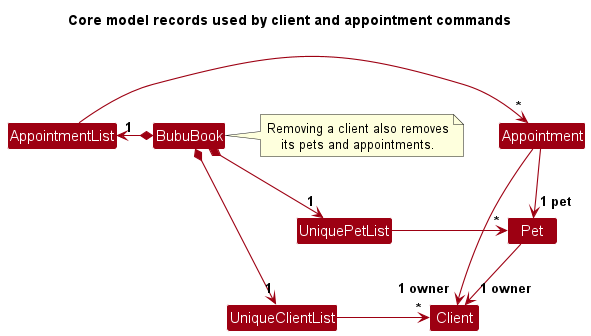
Before: docs/images/BetterModelClassDiagram.png, a diagram exported from PlantUML (0218hy/tp).
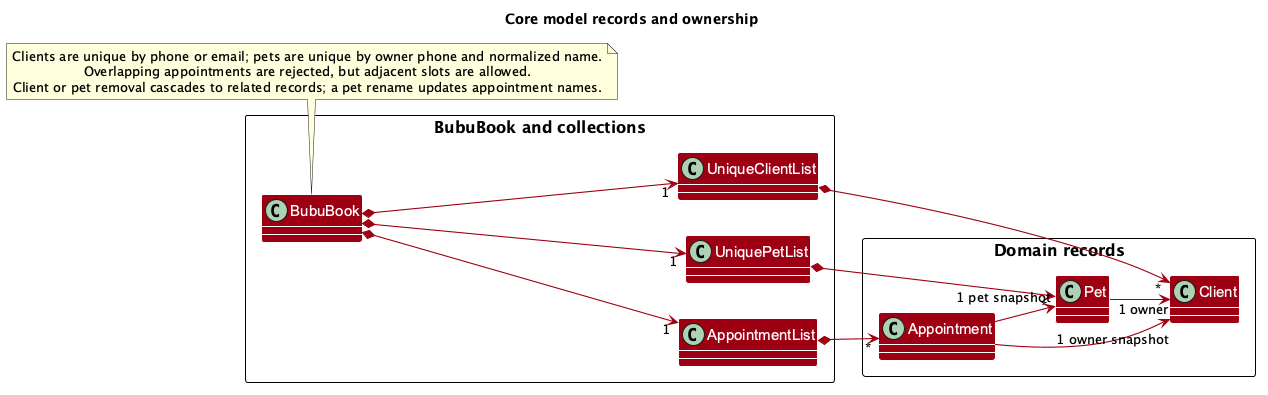
The same diagram one commit later.

Commit message:
Update UML diagrams and text description for model component in developer's guide

Diff of the diagram source:
```diff
@@ -1,25 +1,55 @@
 @startuml
-!include style.puml
+!define MODEL_COLOR #9D0012
 skinparam arrowThickness 1.1
 skinparam arrowColor MODEL_COLOR
 skinparam classBackgroundColor MODEL_COLOR
+skinparam class {
+    FontColor #FFFFFF
+    FontSize 15
+    BorderThickness 1
+    BorderColor #FFFFFF
+    StereotypeFontColor #FFFFFF
+    FontName Arial
+}
+skinparam package {
+    BackgroundColor #FFFFFF
+    BorderThickness 1
+    FontSize 16
+}
+skinparam DefaultTextAlignment center
+skinparam packageStyle Rectangle
+skinparam Shadowing false
+left to right direction
 
-title Core model records used by client and appointment commands
+title Core model records and ownership
 
-BubuBook *-right-> "1" UniqueClientList
-BubuBook *-down-> "1" UniquePetList
-BubuBook *-left-> "1" AppointmentList
+package "BubuBook and collections" {
+    class BubuBook
+    class UniqueClientList
+    class UniquePetList
+    class AppointmentList
+}
 
-UniqueClientList -right-> "*" Client
-UniquePetList -right-> "*" Pet
-AppointmentList -right-> "*" Appointment
+package "Domain records" {
+    class Client
+    class Pet
+    class Appointment
+}
+
+BubuBook *--> "1" UniqueClientList
+BubuBook *--> "1" UniquePetList
+BubuBook *--> "1" AppointmentList
+UniqueClientList *--> "*" Client
+UniquePetList *--> "*" Pet
+AppointmentList *--> "*" Appointment
 
 Pet --> "1 owner" Client
-Appointment --> "1 owner" Client
-Appointment --> "1 pet" Pet
+Appointment --> "1 owner snapshot" Client
+Appointment --> "1 pet snapshot" Pet
 
-note right of BubuBook
-  Removing a client also removes
-  its pets and appointments.
+note bottom of BubuBook
+  Clients are unique by phone or email; pets are unique by owner phone and normalized name.
+  Overlapping appointments are rejected, but adjacent slots are allowed.
+  Client or pet removal cascades to related records; a pet rename updates appointment names.
 end note
 @enduml
```
